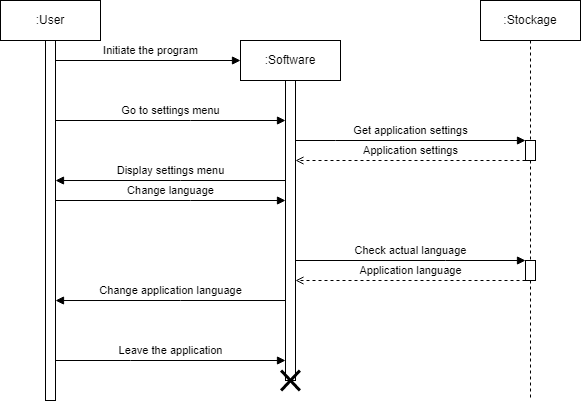
Atineon/easysave_production keeps this draw.io diagram as CDC/3.0/sequence_diagram_settings_changeLanguage.png. Above is the earlier version. Source tidied: cells renumbered, new cells last; positions are measured from the earlier drawing's top-left corner, leaving out a move shared by most shapes.
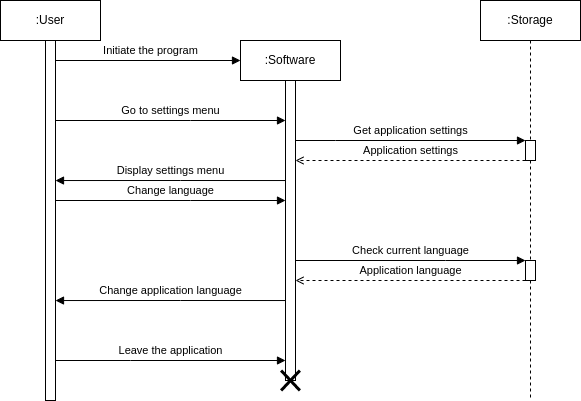
Above is the later version.

Diff of the diagram source:
```diff
@@ -14,7 +14,7 @@
     <mxCell id="5" style="html=1;points=[];perimeter=orthogonalPerimeter;" parent="4" vertex="1">
       <mxGeometry x="45" y="40" width="10" height="300" as="geometry" />
     </mxCell>
-    <mxCell id="6" value=":Stockage" style="shape=umlLifeline;perimeter=lifelinePerimeter;whiteSpace=wrap;html=1;" parent="1" vertex="1">
+    <mxCell id="6" value=":Storage" style="shape=umlLifeline;perimeter=lifelinePerimeter;whiteSpace=wrap;html=1;" parent="1" vertex="1">
       <mxGeometry x="480" width="100" height="400" as="geometry" />
     </mxCell>
     <mxCell id="7" style="html=1;points=[];perimeter=orthogonalPerimeter;" parent="6" vertex="1">
@@ -90,7 +90,7 @@
     <mxCell id="16" style="html=1;points=[];perimeter=orthogonalPerimeter;" parent="1" vertex="1">
       <mxGeometry x="525" y="260" width="10" height="20" as="geometry" />
     </mxCell>
-    <mxCell id="17" value="Check actual language" style="edgeStyle=orthogonalEdgeStyle;rounded=0;jettySize=auto;html=1;endArrow=block;endFill=1;" parent="1" edge="1" target="16">
+    <mxCell id="17" value="Check current language" style="edgeStyle=orthogonalEdgeStyle;rounded=0;jettySize=auto;html=1;endArrow=block;endFill=1;" parent="1" edge="1" target="16">
       <mxGeometry y="10" relative="1" as="geometry">
         <mxPoint x="295" y="260" as="sourcePoint" />
         <Array as="points">
```
